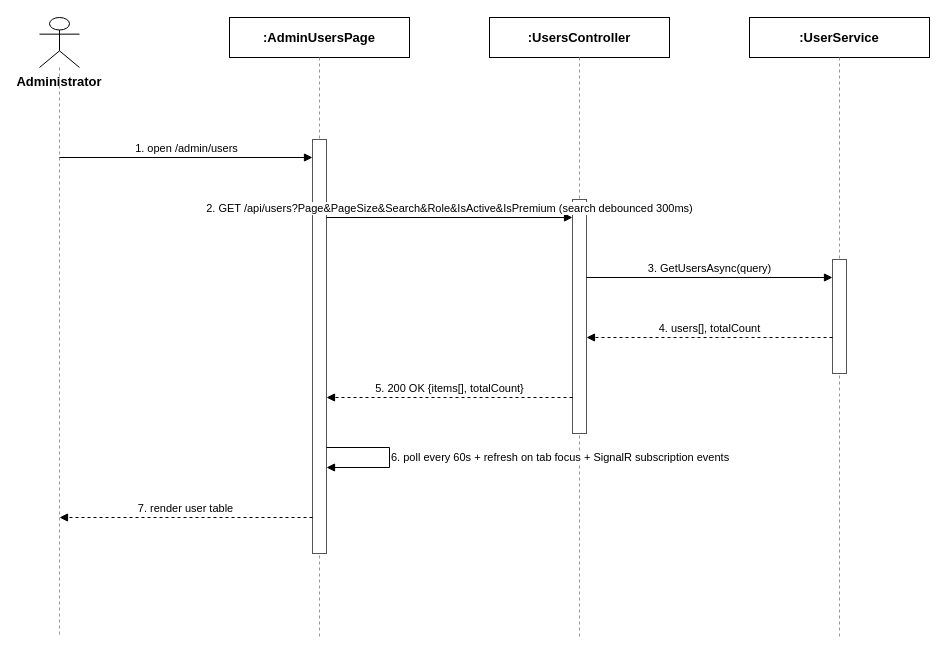
tulklk/AI_Interview_Question_Generation_RAG_LLM_FE keeps this draw.io diagram as docs/qa/Hien_SequenceDiagram/3.3.2_View_User_List.drawio. Above is the earlier version. Source tidied: cells renumbered, new cells numbered last; positions are measured from the earlier drawing's top-left corner, leaving out a move shared by most shapes. Both pictures are drawn from the tidied source at 100%, with x=0, y=0 at pixel (39, 17).
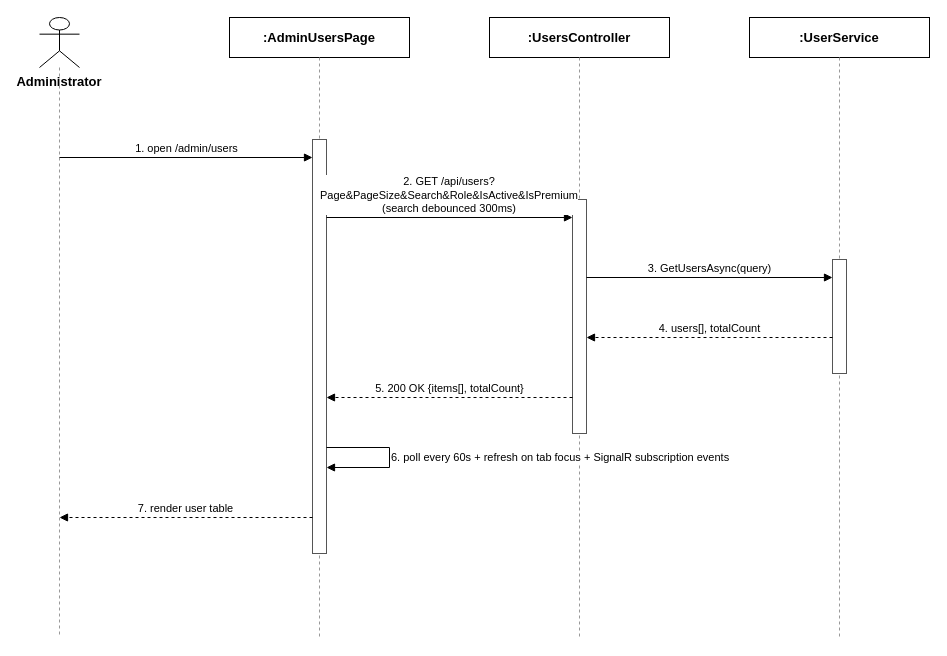
The same diagram, later.

Change to the diagram source:
```diff
@@
-    <mxCell id="14" value="2. GET /api/users?Page&amp;PageSize&amp;Search&amp;Role&amp;IsActive&amp;IsPremium (search debounced 300ms)" style="endArrow=block;endFill=1;html=1;fontSize=11;align=center;verticalAlign=bottom;labelBackgroundColor=#ffffff;strokeColor=#000000;" parent="1" edge="1">
+    <mxCell id="14" value="2. GET /api/users?Page&amp;PageSize&amp;Search&amp;Role&amp;IsActive&amp;IsPremium (search debounced 300ms)" style="endArrow=block;endFill=1;html=1;whiteSpace=wrap;fontSize=11;align=center;verticalAlign=bottom;labelBackgroundColor=#ffffff;strokeColor=#000000;" parent="1" edge="1">
       <mxGeometry relative="1" as="geometry">
         <mxPoint x="287" y="200" as="sourcePoint" />
         <mxPoint x="533" y="200" as="targetPoint" />
       </mxGeometry>
     </mxCell>
```
